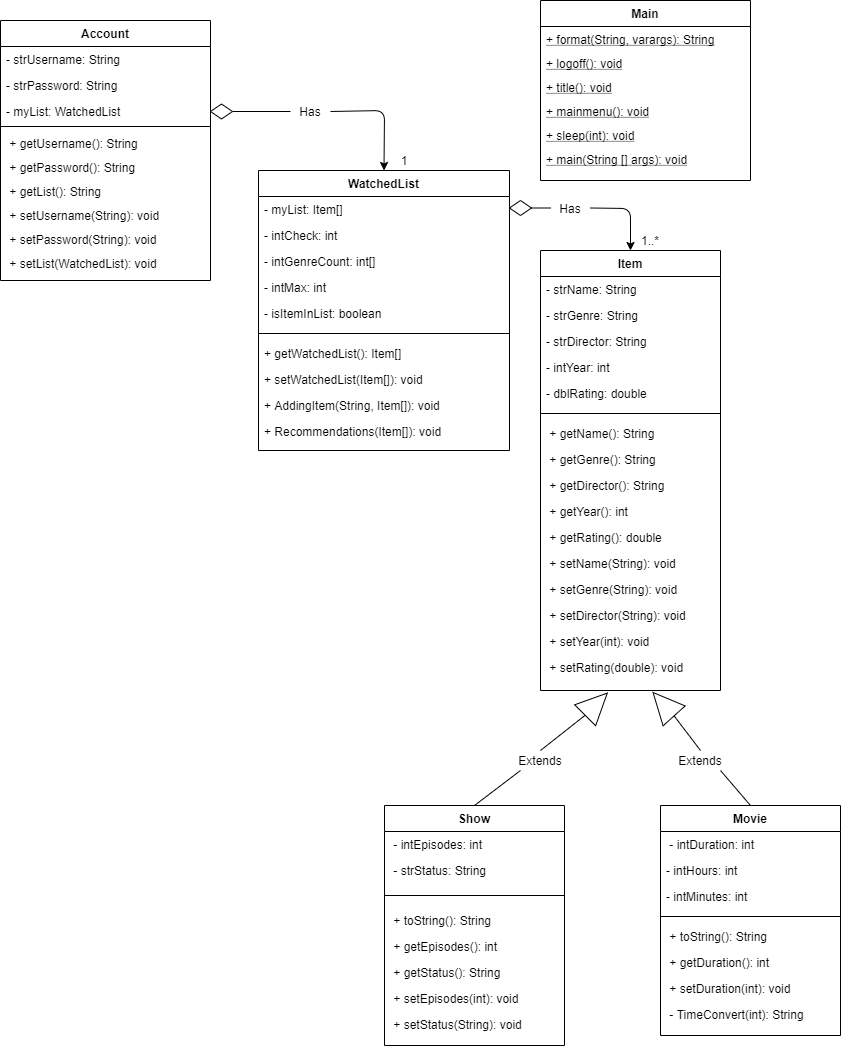
SACHSTech/ics4u-oop-assignment-EthanLai8 keeps this draw.io diagram as src/ClassDiagram.png. Above is the earlier version. Source tidied: cells renumbered, new cells last; positions are measured from the earlier drawing's top-left corner, leaving out a move shared by most shapes.
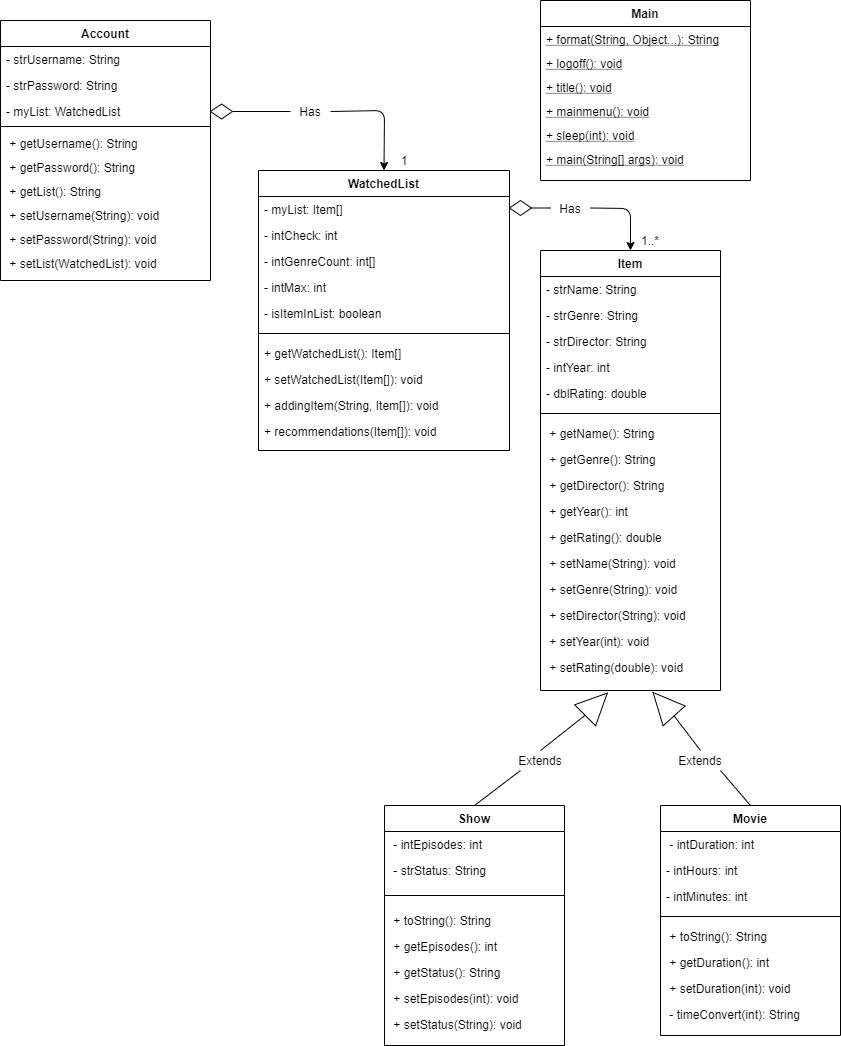
Above is the later version.

Change to the diagram source:
```diff
@@ -62,10 +62,10 @@
     <mxCell id="21" value="+ setWatchedList(Item[]): void" style="text;align=left;verticalAlign=top;spacingLeft=4;spacingRight=4;overflow=hidden;" parent="13" vertex="1">
       <mxGeometry y="196" width="251" height="26" as="geometry" />
     </mxCell>
-    <mxCell id="22" value="+ AddingItem(String, Item[]): void" style="text;align=left;verticalAlign=top;spacingLeft=4;spacingRight=4;overflow=hidden;" parent="13" vertex="1">
+    <mxCell id="22" value="+ addingItem(String, Item[]): void" style="text;align=left;verticalAlign=top;spacingLeft=4;spacingRight=4;overflow=hidden;" parent="13" vertex="1">
       <mxGeometry y="222" width="251" height="26" as="geometry" />
     </mxCell>
-    <mxCell id="23" value="+ Recommendations(Item[]): void" style="text;align=left;verticalAlign=top;spacingLeft=4;spacingRight=4;overflow=hidden;" parent="13" vertex="1">
+    <mxCell id="23" value="+ recommendations(Item[]): void" style="text;align=left;verticalAlign=top;spacingLeft=4;spacingRight=4;overflow=hidden;" parent="13" vertex="1">
       <mxGeometry y="248" width="251" height="26" as="geometry" />
     </mxCell>
     <mxCell id="24" value="1" style="text;html=1;strokeColor=none;fillColor=none;align=center;verticalAlign=middle;whiteSpace=wrap;rounded=0;" parent="1" vertex="1">
@@ -187,7 +187,7 @@
     <mxCell id="60" value=" + setDuration(int): void" style="text;align=left;verticalAlign=top;spacingLeft=4;spacingRight=4;overflow=hidden;" parent="53" vertex="1">
       <mxGeometry y="170" width="180" height="26" as="geometry" />
     </mxCell>
-    <mxCell id="61" value=" - TimeConvert(int): String" style="text;align=left;verticalAlign=top;spacingLeft=4;spacingRight=4;overflow=hidden;" parent="53" vertex="1">
+    <mxCell id="61" value=" - timeConvert(int): String" style="text;align=left;verticalAlign=top;spacingLeft=4;spacingRight=4;overflow=hidden;" parent="53" vertex="1">
       <mxGeometry y="196" width="180" height="26" as="geometry" />
     </mxCell>
     <mxCell id="62" value="Show" style="swimlane;fontStyle=1;align=center;verticalAlign=top;horizontal=1;startSize=26;rounded=0;shadow=0;strokeWidth=1;" parent="1" vertex="1">
@@ -226,7 +226,7 @@
     <mxCell id="73" value="Main" style="swimlane;fontStyle=1;align=center;verticalAlign=top;horizontal=1;startSize=26;rounded=0;shadow=0;strokeWidth=1;" parent="1" vertex="1">
       <mxGeometry x="540" width="210" height="180" as="geometry" />
     </mxCell>
-    <mxCell id="74" value="+ format(String, varargs): String" style="text;align=left;verticalAlign=top;spacingLeft=4;spacingRight=4;overflow=hidden;rounded=0;shadow=0;html=0;fontStyle=4;" parent="73" vertex="1">
+    <mxCell id="74" value="+ format(String, Object...): String" style="text;align=left;verticalAlign=top;spacingLeft=4;spacingRight=4;overflow=hidden;rounded=0;shadow=0;html=0;fontStyle=4;" parent="73" vertex="1">
       <mxGeometry y="26" width="210" height="24" as="geometry" />
     </mxCell>
     <mxCell id="75" value="+ logoff(): void" style="text;align=left;verticalAlign=top;spacingLeft=4;spacingRight=4;overflow=hidden;rounded=0;shadow=0;html=0;fontStyle=4;" parent="73" vertex="1">
@@ -241,7 +241,7 @@
     <mxCell id="78" value="+ sleep(int): void" style="text;align=left;verticalAlign=top;spacingLeft=4;spacingRight=4;overflow=hidden;rounded=0;shadow=0;html=0;fontStyle=4;" parent="73" vertex="1">
       <mxGeometry y="122" width="210" height="24" as="geometry" />
     </mxCell>
-    <mxCell id="79" value="+ main(String [] args): void" style="text;align=left;verticalAlign=top;spacingLeft=4;spacingRight=4;overflow=hidden;rounded=0;shadow=0;html=0;fontStyle=4;" parent="73" vertex="1">
+    <mxCell id="79" value="+ main(String[] args): void" style="text;align=left;verticalAlign=top;spacingLeft=4;spacingRight=4;overflow=hidden;rounded=0;shadow=0;html=0;fontStyle=4;" parent="73" vertex="1">
       <mxGeometry y="146" width="210" height="24" as="geometry" />
     </mxCell>
     <mxCell id="80" style="endArrow=none;html=1;exitX=0.5;exitY=0;exitDx=0;exitDy=0;entryX=0;entryY=0.5;entryDx=0;entryDy=0;" parent="1" edge="1" source="51" target="83">
```
